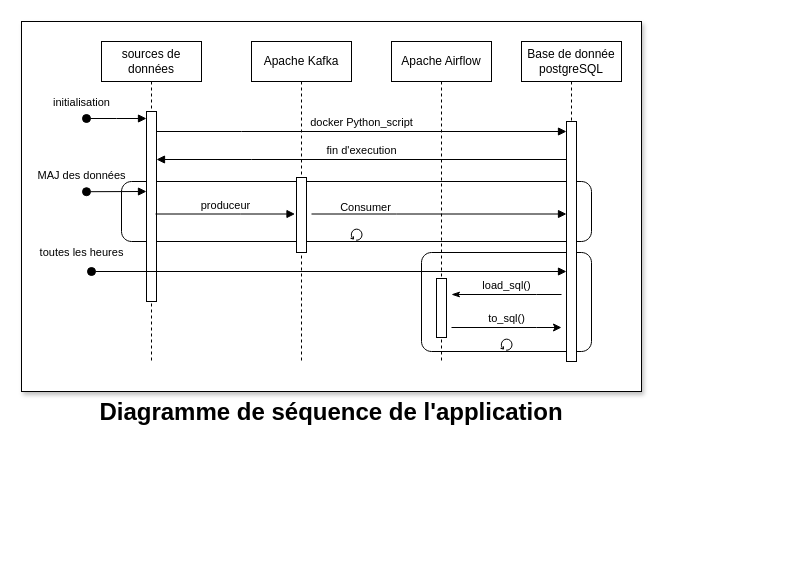
AntoineValette/projet_industriel keeps this draw.io diagram as page "diagramme de séquence" (6 of 8) of doc/schemas/schema-composants.drawio. Above is the earlier version. Source tidied: cells renumbered, new cells numbered last; positions are measured from the earlier drawing's top-left corner, leaving out a move shared by most shapes. Both pictures are drawn from the tidied source at 100%, with x=0, y=0 at pixel (21, 21).
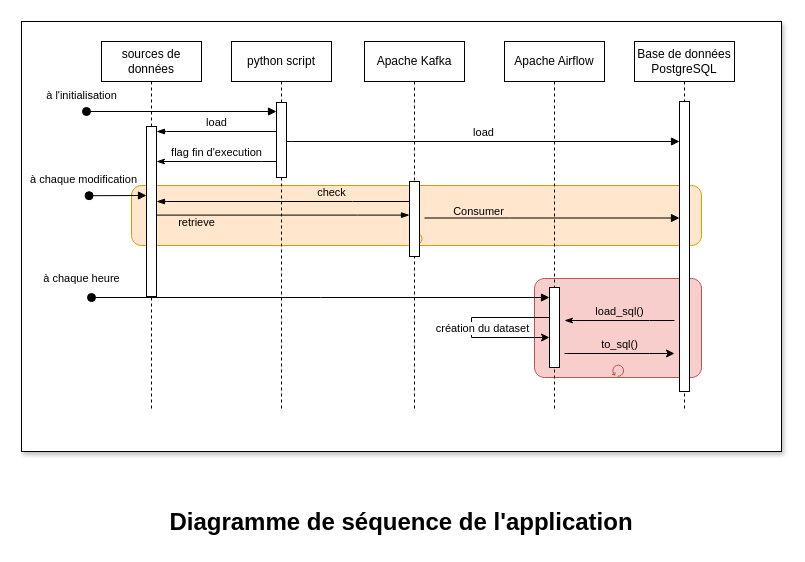
Above is the later version.

Diff of the diagram source:
```diff
@@
-    <mxCell id="2" style="group;" parent="1" vertex="1">
-      <mxGeometry width="620" height="410" as="geometry" />
-    </mxCell>
-    <mxCell id="3" style="whiteSpace=wrap;html=1;shadow=1;labelPosition=center;verticalLabelPosition=top;align=center;verticalAlign=bottom;textShadow=0;" parent="2" vertex="1">
-      <mxGeometry width="620" height="370" as="geometry" />
+    <mxCell id="3" style="whiteSpace=wrap;html=1;shadow=1;labelPosition=center;verticalLabelPosition=top;align=center;verticalAlign=bottom;textShadow=0;" parent="1" vertex="1">
+      <mxGeometry width="760" height="430" as="geometry" />
     </mxCell>
-    <mxCell id="4" value="&lt;h1 style=&quot;margin-top: 0px;&quot;&gt;Diagramme de séquence de l'application&lt;/h1&gt;" style="text;html=1;whiteSpace=wrap;overflow=hidden;rounded=0;align=center;" parent="2" vertex="1">
-      <mxGeometry x="40" y="370" width="540" height="40" as="geometry" />
+    <mxCell id="4" value="&lt;h1 style=&quot;margin-top: 0px;&quot;&gt;Diagramme de séquence de l'application&lt;/h1&gt;" style="text;html=1;whiteSpace=wrap;overflow=hidden;rounded=0;align=center;" parent="1" vertex="1">
+      <mxGeometry y="480" width="760" height="40" as="geometry" />
     </mxCell>
-    <mxCell id="5" style="group;" parent="2" vertex="1">
-      <mxGeometry x="70" y="20" width="530" height="320" as="geometry" />
-    </mxCell>
-    <mxCell id="6" style="shape=mxgraph.bpmn.task;whiteSpace=wrap;rectStyle=rounded;size=10;html=1;taskMarker=abstract;isLoopStandard=1;" parent="5" vertex="1">
-      <mxGeometry x="330" y="211" width="170" height="99" as="geometry" />
+    <mxCell id="6" style="shape=mxgraph.bpmn.task;whiteSpace=wrap;rectStyle=rounded;size=10;html=1;taskMarker=abstract;isLoopStandard=1;fillColor=#f8cecc;strokeColor=#b85450;" parent="1" vertex="1">
+      <mxGeometry x="513" y="257" width="167" height="99" as="geometry" />
     </mxCell>
-    <mxCell id="7" style="shape=mxgraph.bpmn.task;whiteSpace=wrap;rectStyle=rounded;size=10;html=1;taskMarker=abstract;isLoopStandard=1;" parent="5" vertex="1">
-      <mxGeometry x="30" y="140" width="470" height="60" as="geometry" />
+    <mxCell id="7" style="shape=mxgraph.bpmn.task;whiteSpace=wrap;rectStyle=rounded;size=10;html=1;taskMarker=abstract;isLoopStandard=1;fillColor=#ffe6cc;strokeColor=#d79b00;" parent="1" vertex="1">
+      <mxGeometry x="110" y="164" width="570" height="60" as="geometry" />
     </mxCell>
-    <mxCell id="8" value="MAJ des données" style="html=1;verticalAlign=bottom;startArrow=oval;endArrow=block;startSize=8;edgeStyle=elbowEdgeStyle;elbow=vertical;curved=0;rounded=0;" parent="7" edge="1">
+    <mxCell id="8" value="à chaque modification" style="html=1;verticalAlign=bottom;startArrow=oval;endArrow=block;startSize=8;edgeStyle=elbowEdgeStyle;elbow=vertical;curved=0;rounded=0;" parent="7" edge="1" target="10">
       <mxGeometry x="-1" y="9" relative="1" as="geometry">
-        <mxPoint x="-35" y="10.2" as="sourcePoint" />
-        <mxPoint x="25" y="10.2" as="targetPoint" />
+        <mxPoint x="-42.4" y="10.2" as="sourcePoint" />
         <mxPoint x="-5" y="2" as="offset" />
       </mxGeometry>
     </mxCell>
+    <mxCell id="16" value="&lt;span&gt;check&lt;/span&gt;" style="html=1;verticalAlign=bottom;endArrow=none;edgeStyle=elbowEdgeStyle;elbow=horizontal;curved=0;rounded=0;labelBackgroundColor=none;endFill=0;startArrow=blockThin;startFill=1;" parent="7" edge="1">
+      <mxGeometry x="0.38" relative="1" as="geometry">
+        <mxPoint x="25" y="16" as="sourcePoint" />
+        <mxPoint x="278" y="16" as="targetPoint" />
+        <Array as="points">
+          <mxPoint x="221" y="16" />
+        </Array>
+      </mxGeometry>
+    </mxCell>
-    <mxCell id="9" value="sources de données" style="shape=umlLifeline;perimeter=lifelinePerimeter;whiteSpace=wrap;html=1;newEdgeStyle={&quot;edgeStyle&quot;:&quot;elbowEdgeStyle&quot;,&quot;elbow&quot;:&quot;vertical&quot;,&quot;curved&quot;:0,&quot;rounded&quot;:0};" parent="5" vertex="1">
-      <mxGeometry x="10" width="100" height="320" as="geometry" />
+    <mxCell id="9" value="sources de données" style="shape=umlLifeline;perimeter=lifelinePerimeter;whiteSpace=wrap;html=1;newEdgeStyle={&quot;edgeStyle&quot;:&quot;elbowEdgeStyle&quot;,&quot;elbow&quot;:&quot;vertical&quot;,&quot;curved&quot;:0,&quot;rounded&quot;:0};" parent="1" vertex="1">
+      <mxGeometry x="80" y="20" width="100" height="370" as="geometry" />
     </mxCell>
-    <mxCell id="10" style="html=1;points=[];perimeter=orthogonalPerimeter;outlineConnect=0;targetShapes=umlLifeline;portConstraint=eastwest;newEdgeStyle={&quot;edgeStyle&quot;:&quot;elbowEdgeStyle&quot;,&quot;elbow&quot;:&quot;vertical&quot;,&quot;curved&quot;:0,&quot;rounded&quot;:0};" parent="9" vertex="1">
-      <mxGeometry x="45" y="70" width="10" height="190" as="geometry" />
-    </mxCell>
-    <mxCell id="11" value="initialisation" style="html=1;verticalAlign=bottom;startArrow=oval;endArrow=block;startSize=8;edgeStyle=elbowEdgeStyle;elbow=vertical;curved=0;rounded=0;" parent="9" edge="1">
-      <mxGeometry x="-1" y="9" relative="1" as="geometry">
-        <mxPoint x="-15" y="77" as="sourcePoint" />
-        <mxPoint x="45" y="77" as="targetPoint" />
-        <mxPoint x="-5" y="2" as="offset" />
-      </mxGeometry>
-    </mxCell>
-    <mxCell id="12" value="Base de donnée&lt;div&gt;postgreSQL&lt;/div&gt;" style="shape=umlLifeline;perimeter=lifelinePerimeter;whiteSpace=wrap;html=1;newEdgeStyle={&quot;edgeStyle&quot;:&quot;elbowEdgeStyle&quot;,&quot;elbow&quot;:&quot;vertical&quot;,&quot;curved&quot;:0,&quot;rounded&quot;:0};" parent="5" vertex="1">
-      <mxGeometry x="430" width="100" height="320" as="geometry" />
+    <mxCell id="12" value="Base de données&lt;div&gt;PostgreSQL&lt;/div&gt;" style="shape=umlLifeline;perimeter=lifelinePerimeter;whiteSpace=wrap;html=1;newEdgeStyle={&quot;edgeStyle&quot;:&quot;elbowEdgeStyle&quot;,&quot;elbow&quot;:&quot;vertical&quot;,&quot;curved&quot;:0,&quot;rounded&quot;:0};" parent="1" vertex="1">
+      <mxGeometry x="613" y="20" width="100" height="370" as="geometry" />
     </mxCell>
     <mxCell id="13" style="html=1;points=[];perimeter=orthogonalPerimeter;outlineConnect=0;targetShapes=umlLifeline;portConstraint=eastwest;newEdgeStyle={&quot;edgeStyle&quot;:&quot;elbowEdgeStyle&quot;,&quot;elbow&quot;:&quot;vertical&quot;,&quot;curved&quot;:0,&quot;rounded&quot;:0};" parent="12" vertex="1">
-      <mxGeometry x="45" y="80" width="10" height="240" as="geometry" />
+      <mxGeometry x="45" y="60" width="10" height="290" as="geometry" />
     </mxCell>
-    <mxCell id="14" value="docker Python_script" style="html=1;verticalAlign=bottom;endArrow=block;edgeStyle=elbowEdgeStyle;elbow=horizontal;curved=0;rounded=0;" parent="5" edge="1" source="10" target="13">
+    <mxCell id="14" value="load" style="html=1;verticalAlign=bottom;endArrow=block;edgeStyle=elbowEdgeStyle;elbow=horizontal;curved=0;rounded=0;" parent="1" edge="1">
       <mxGeometry relative="1" as="geometry">
+        <mxPoint x="265" y="120" as="sourcePoint" />
+        <mxPoint x="658" y="120" as="targetPoint" />
         <Array as="points">
-          <mxPoint x="150" y="90" />
+          <mxPoint x="270" y="120" />
         </Array>
       </mxGeometry>
     </mxCell>
-    <mxCell id="15" value="fin d'execution" style="html=1;verticalAlign=bottom;endArrow=block;edgeStyle=elbowEdgeStyle;elbow=vertical;curved=0;rounded=0;" parent="5" edge="1">
+    <mxCell id="15" value="flag fin d'execution" style="html=1;verticalAlign=bottom;endArrow=classicThin;edgeStyle=elbowEdgeStyle;elbow=vertical;curved=0;rounded=0;startArrow=none;startFill=0;endFill=1;" parent="1" edge="1" source="29" target="10">
       <mxGeometry relative="1" as="geometry">
-        <mxPoint x="475" y="118" as="sourcePoint" />
-        <mxPoint x="65" y="118" as="targetPoint" />
         <Array as="points">
-          <mxPoint x="160" y="118" />
+          <mxPoint x="240" y="140" />
         </Array>
       </mxGeometry>
     </mxCell>
-    <mxCell id="16" value="produceur" style="html=1;verticalAlign=bottom;endArrow=block;edgeStyle=elbowEdgeStyle;elbow=horizontal;curved=0;rounded=0;" parent="5" edge="1">
-      <mxGeometry relative="1" as="geometry">
-        <mxPoint x="64" y="172.5" as="sourcePoint" />
-        <mxPoint x="203.5" y="172.5" as="targetPoint" />
-        <Array as="points">
-          <mxPoint x="149" y="172.5" />
-        </Array>
-      </mxGeometry>
-    </mxCell>
-    <mxCell id="17" value="&lt;div&gt;Apache Kafka&lt;/div&gt;" style="shape=umlLifeline;perimeter=lifelinePerimeter;whiteSpace=wrap;html=1;newEdgeStyle={&quot;edgeStyle&quot;:&quot;elbowEdgeStyle&quot;,&quot;elbow&quot;:&quot;vertical&quot;,&quot;curved&quot;:0,&quot;rounded&quot;:0};" parent="5" vertex="1">
-      <mxGeometry x="160" width="100" height="320" as="geometry" />
+    <mxCell id="17" value="&lt;div&gt;Apache Kafka&lt;/div&gt;" style="shape=umlLifeline;perimeter=lifelinePerimeter;whiteSpace=wrap;html=1;newEdgeStyle={&quot;edgeStyle&quot;:&quot;elbowEdgeStyle&quot;,&quot;elbow&quot;:&quot;vertical&quot;,&quot;curved&quot;:0,&quot;rounded&quot;:0};" parent="1" vertex="1">
+      <mxGeometry x="343" y="20" width="100" height="370" as="geometry" />
     </mxCell>
     <mxCell id="18" style="html=1;points=[];perimeter=orthogonalPerimeter;outlineConnect=0;targetShapes=umlLifeline;portConstraint=eastwest;newEdgeStyle={&quot;edgeStyle&quot;:&quot;elbowEdgeStyle&quot;,&quot;elbow&quot;:&quot;vertical&quot;,&quot;curved&quot;:0,&quot;rounded&quot;:0};" parent="17" vertex="1">
-      <mxGeometry x="45" y="136" width="10" height="75" as="geometry" />
+      <mxGeometry x="45" y="140" width="10" height="75" as="geometry" />
     </mxCell>
-    <mxCell id="19" style="html=1;verticalAlign=bottom;endArrow=block;edgeStyle=elbowEdgeStyle;elbow=horizontal;curved=0;rounded=0;" parent="5" edge="1" target="13">
+    <mxCell id="19" style="html=1;verticalAlign=bottom;endArrow=block;edgeStyle=elbowEdgeStyle;elbow=horizontal;curved=0;rounded=0;" parent="1" edge="1">
       <mxGeometry x="-0.54" y="3" relative="1" as="geometry">
-        <mxPoint x="220" y="172.5" as="sourcePoint" />
+        <mxPoint x="403" y="196.5" as="sourcePoint" />
+        <mxPoint x="658" y="196.5" as="targetPoint" />
         <Array as="points">
-          <mxPoint x="305" y="172.5" />
+          <mxPoint x="488" y="196.5" />
         </Array>
         <mxPoint y="1" as="offset" />
       </mxGeometry>
     </mxCell>
@@
-    <mxCell id="21" value="&lt;div&gt;Apache Airflow&lt;/div&gt;" style="shape=umlLifeline;perimeter=lifelinePerimeter;whiteSpace=wrap;html=1;newEdgeStyle={&quot;edgeStyle&quot;:&quot;elbowEdgeStyle&quot;,&quot;elbow&quot;:&quot;vertical&quot;,&quot;curved&quot;:0,&quot;rounded&quot;:0};" parent="5" vertex="1">
-      <mxGeometry x="300" width="100" height="320" as="geometry" />
+    <mxCell id="21" value="&lt;div&gt;Apache Airflow&lt;/div&gt;" style="shape=umlLifeline;perimeter=lifelinePerimeter;whiteSpace=wrap;html=1;newEdgeStyle={&quot;edgeStyle&quot;:&quot;elbowEdgeStyle&quot;,&quot;elbow&quot;:&quot;vertical&quot;,&quot;curved&quot;:0,&quot;rounded&quot;:0};" parent="1" vertex="1">
+      <mxGeometry x="483" y="20" width="100" height="370" as="geometry" />
     </mxCell>
     <mxCell id="22" style="html=1;points=[];perimeter=orthogonalPerimeter;outlineConnect=0;targetShapes=umlLifeline;portConstraint=eastwest;newEdgeStyle={&quot;edgeStyle&quot;:&quot;elbowEdgeStyle&quot;,&quot;elbow&quot;:&quot;vertical&quot;,&quot;curved&quot;:0,&quot;rounded&quot;:0};" parent="21" vertex="1">
-      <mxGeometry x="45" y="237" width="10" height="59" as="geometry" />
+      <mxGeometry x="45" y="246" width="10" height="80" as="geometry" />
     </mxCell>
+    <mxCell id="26" style="edgeStyle=elbowEdgeStyle;rounded=0;orthogonalLoop=1;jettySize=auto;html=1;elbow=vertical;curved=0;" parent="21" edge="1" source="22" target="22">
+      <mxGeometry relative="1" as="geometry">
+        <Array as="points">
+          <mxPoint x="-33" y="286" />
+        </Array>
+      </mxGeometry>
+    </mxCell>
+    <mxCell id="27" value="création du dataset" style="edgeLabel;html=1;align=center;verticalAlign=middle;" parent="26" vertex="1">
+      <mxGeometry x="-0.31" y="1" relative="1" as="geometry">
+        <mxPoint x="-7" y="9" as="offset" />
+      </mxGeometry>
+    </mxCell>
-    <mxCell id="23" value="load_sql()" style="html=1;verticalAlign=bottom;endArrow=none;edgeStyle=elbowEdgeStyle;elbow=horizontal;curved=0;rounded=0;endFill=0;startArrow=classicThin;startFill=1;" parent="5" edge="1">
+    <mxCell id="23" value="load_sql()" style="html=1;verticalAlign=bottom;endArrow=none;edgeStyle=elbowEdgeStyle;elbow=horizontal;curved=0;rounded=0;endFill=0;startArrow=classicThin;startFill=1;labelBackgroundColor=none;" parent="1" edge="1">
       <mxGeometry relative="1" as="geometry">
-        <mxPoint x="360" y="253" as="sourcePoint" />
-        <mxPoint x="470" y="253" as="targetPoint" />
+        <mxPoint x="543" y="299" as="sourcePoint" />
+        <mxPoint x="653" y="299" as="targetPoint" />
         <Array as="points">
-          <mxPoint x="445" y="253" />
+          <mxPoint x="628" y="299" />
         </Array>
       </mxGeometry>
     </mxCell>
-    <mxCell id="24" value="to_sql()" style="html=1;verticalAlign=bottom;endArrow=classic;edgeStyle=elbowEdgeStyle;elbow=horizontal;curved=0;rounded=0;endFill=1;startArrow=none;startFill=0;" parent="5" edge="1">
+    <mxCell id="24" value="to_sql()" style="html=1;verticalAlign=bottom;endArrow=classic;edgeStyle=elbowEdgeStyle;elbow=horizontal;curved=0;rounded=0;endFill=1;startArrow=none;startFill=0;labelBackgroundColor=none;" parent="1" edge="1">
       <mxGeometry relative="1" as="geometry">
-        <mxPoint x="360" y="286" as="sourcePoint" />
-        <mxPoint x="470" y="286" as="targetPoint" />
+        <mxPoint x="543" y="332" as="sourcePoint" />
+        <mxPoint x="653" y="332" as="targetPoint" />
         <Array as="points">
-          <mxPoint x="445" y="286" />
+          <mxPoint x="628" y="332" />
         </Array>
       </mxGeometry>
     </mxCell>
-    <mxCell id="25" value="toutes les heures" style="html=1;verticalAlign=bottom;startArrow=oval;endArrow=block;startSize=8;edgeStyle=elbowEdgeStyle;elbow=vertical;curved=0;rounded=0;" parent="5" edge="1" target="13">
-      <mxGeometry x="-1" y="-14" relative="1" as="geometry">
-        <mxPoint y="230" as="sourcePoint" />
-        <mxPoint x="-10" y="-24" as="offset" />
+    <mxCell id="25" value="à chaque heure" style="html=1;verticalAlign=bottom;startArrow=oval;endArrow=block;startSize=8;edgeStyle=elbowEdgeStyle;elbow=vertical;curved=0;rounded=0;" parent="1" edge="1" target="22">
+      <mxGeometry x="-1" y="14" relative="1" as="geometry">
+        <mxPoint x="70" y="276" as="sourcePoint" />
+        <mxPoint x="-10" y="4" as="offset" />
       </mxGeometry>
     </mxCell>
+    <mxCell id="28" value="&lt;div&gt;python script&lt;/div&gt;" style="shape=umlLifeline;perimeter=lifelinePerimeter;whiteSpace=wrap;html=1;newEdgeStyle={&quot;edgeStyle&quot;:&quot;elbowEdgeStyle&quot;,&quot;elbow&quot;:&quot;vertical&quot;,&quot;curved&quot;:0,&quot;rounded&quot;:0};" parent="1" vertex="1">
+      <mxGeometry x="210" y="20" width="100" height="370" as="geometry" />
+    </mxCell>
+    <mxCell id="29" style="html=1;points=[];perimeter=orthogonalPerimeter;outlineConnect=0;targetShapes=umlLifeline;portConstraint=eastwest;newEdgeStyle={&quot;edgeStyle&quot;:&quot;elbowEdgeStyle&quot;,&quot;elbow&quot;:&quot;vertical&quot;,&quot;curved&quot;:0,&quot;rounded&quot;:0};" parent="28" vertex="1">
+      <mxGeometry x="45" y="61" width="10" height="75" as="geometry" />
+    </mxCell>
+    <mxCell id="30" value="load" style="html=1;verticalAlign=bottom;endArrow=none;edgeStyle=elbowEdgeStyle;elbow=horizontal;curved=0;rounded=0;endFill=0;startArrow=blockThin;startFill=1;" parent="1" edge="1" source="10" target="29">
+      <mxGeometry relative="1" as="geometry">
+        <Array as="points">
+          <mxPoint x="145" y="110" />
+        </Array>
+      </mxGeometry>
+    </mxCell>
+    <mxCell id="10" style="html=1;points=[];perimeter=orthogonalPerimeter;outlineConnect=0;targetShapes=umlLifeline;portConstraint=eastwest;newEdgeStyle={&quot;edgeStyle&quot;:&quot;elbowEdgeStyle&quot;,&quot;elbow&quot;:&quot;vertical&quot;,&quot;curved&quot;:0,&quot;rounded&quot;:0};" parent="1" vertex="1">
+      <mxGeometry x="125" y="105" width="10" height="170" as="geometry" />
+    </mxCell>
+    <mxCell id="11" value="à l'initialisation" style="html=1;verticalAlign=bottom;startArrow=oval;endArrow=block;startSize=8;edgeStyle=elbowEdgeStyle;elbow=vertical;curved=0;rounded=0;" parent="1" edge="1">
+      <mxGeometry x="-1" y="9" relative="1" as="geometry">
+        <mxPoint x="65" y="90" as="sourcePoint" />
+        <mxPoint x="255" y="90.3" as="targetPoint" />
+        <mxPoint x="-5" y="2" as="offset" />
+      </mxGeometry>
+    </mxCell>
+    <mxCell id="31" value="retrieve" style="html=1;verticalAlign=bottom;endArrow=blockThin;edgeStyle=elbowEdgeStyle;elbow=vertical;curved=0;rounded=0;labelBackgroundColor=none;endFill=1;startArrow=none;startFill=0;" parent="1" edge="1" source="10" target="18">
+      <mxGeometry x="-0.68" y="-16" relative="1" as="geometry">
+        <Array as="points">
+          <mxPoint x="335.8" y="193.6" />
+        </Array>
+      </mxGeometry>
+    </mxCell>
```
